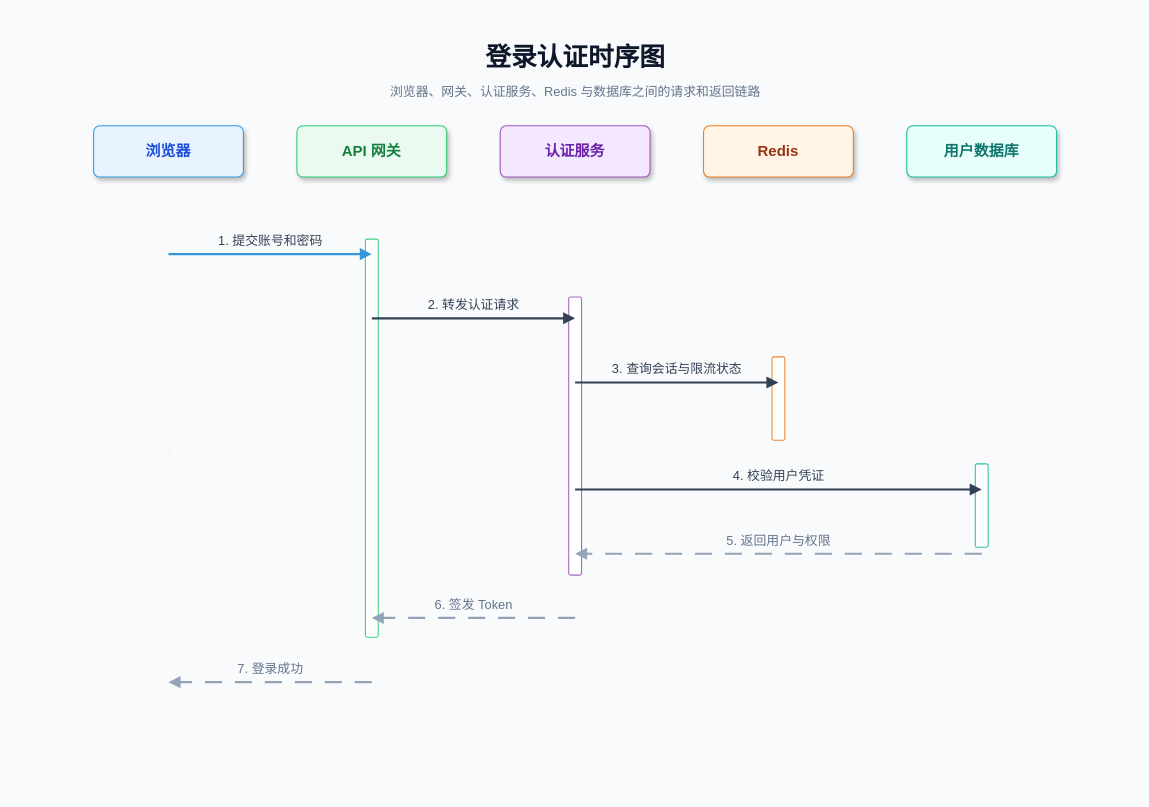
Above: .opencode/skills/xml-diagram/examples/时序图-light-登录认证.drawio in BeWaterMyFriend7/SKILL-PROJECT (draw.io), before the change. Source tidied: cells renumbered, new cells numbered last; positions are measured from the earlier drawing's top-left corner, leaving out a move shared by most shapes. Both pictures are drawn from the tidied source at 107%, with x=0, y=0 at pixel (18, 18).
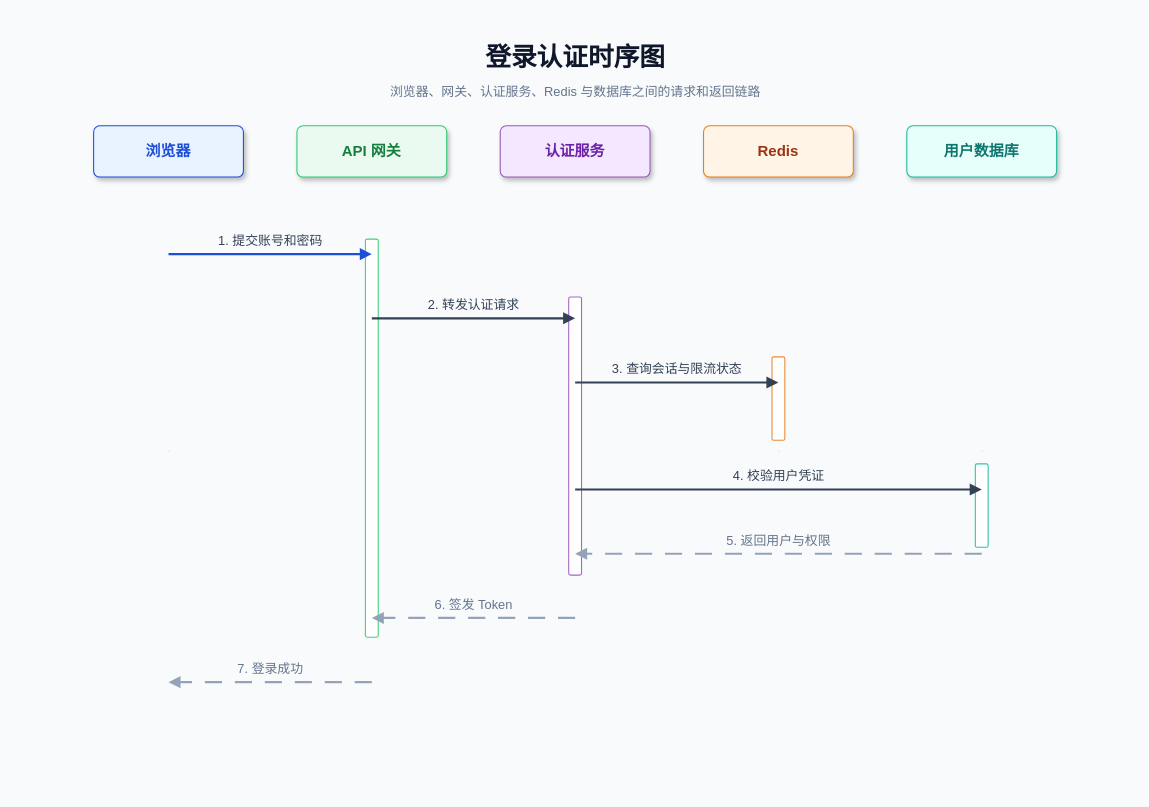
After the change.

The edit, as a diff of the source:
```diff
@@
-    <mxCell id="5" value="浏览器" style="rounded=1;whiteSpace=wrap;html=1;arcSize=12;fillColor=#e8f3ff;strokeColor=#3498db;fontColor=#1d4ed8;fontSize=14;fontStyle=1;shadow=1;" parent="1" vertex="1">
+    <mxCell id="5" value="浏览器" style="rounded=1;whiteSpace=wrap;html=1;arcSize=12;fillColor=#e8f3ff;strokeColor=#1D4ED8;fontColor=#1d4ed8;fontSize=14;fontStyle=1;shadow=1;" parent="1" vertex="1">
       <mxGeometry x="70" y="100" width="140" height="48" as="geometry" />
     </mxCell>
@@
-    <mxCell id="19" style="endArrow=block;html=1;rounded=0;edgeStyle=orthogonalEdgeStyle;strokeColor=#3498db;strokeWidth=2;" parent="1" edge="1">
+    <mxCell id="19" style="endArrow=block;html=1;rounded=0;edgeStyle=orthogonalEdgeStyle;strokeColor=#1D4ED8;strokeWidth=2;" parent="1" edge="1">
       <mxGeometry relative="1" as="geometry">
         <mxPoint x="140" y="220" as="sourcePoint" />
         <mxPoint x="330" y="220" as="targetPoint" />
       </mxGeometry>
     </mxCell>
```
